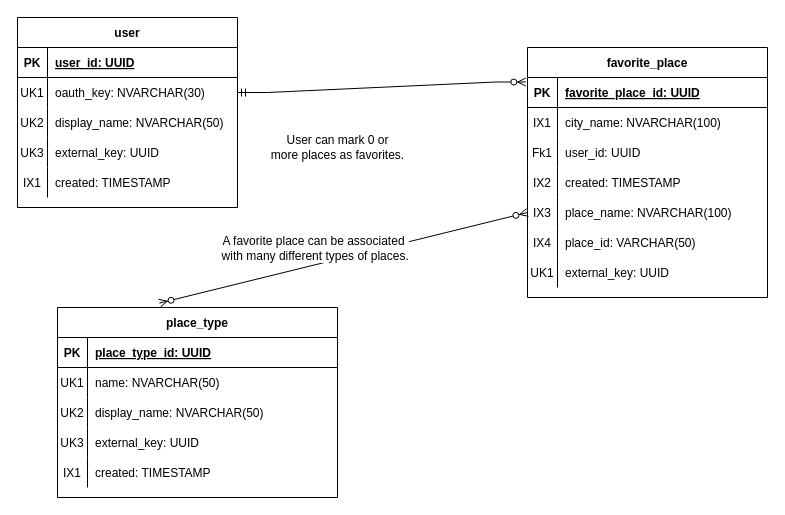
Earlier version of the draw.io diagram docs/work/erd.drawio (northern-nm-highlights/northern-nm-highlights.github.io). Source tidied: cells renumbered, new cells numbered last; positions are measured from the earlier drawing's top-left corner, leaving out a move shared by most shapes. Both pictures are drawn from the tidied source at 100%, with x=0, y=0 at pixel (17, 17).
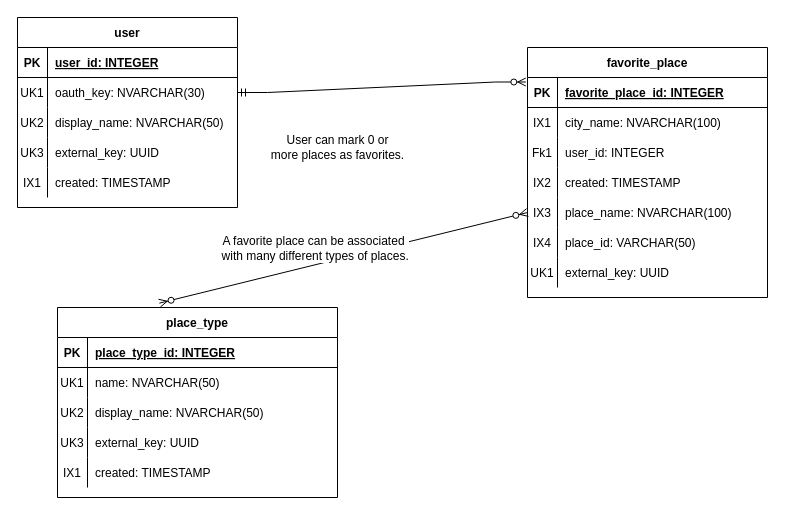
The same page after the edit.

Unchanged cells that the change refers to:
```xml
<mxCell id="3" style="shape=partialRectangle;fillColor=none;top=0;left=0;bottom=1;right=0;" parent="2" vertex="1">
  <mxGeometry y="30" width="220" height="30" as="geometry" />
</mxCell>
<mxCell id="19" style="shape=partialRectangle;fillColor=none;top=0;left=0;bottom=1;right=0;" parent="18" vertex="1">
  <mxGeometry y="30" width="240" height="30" as="geometry" />
</mxCell>
<mxCell id="25" style="shape=partialRectangle;fillColor=none;top=0;left=0;bottom=0;right=0;" parent="18" vertex="1">
  <mxGeometry y="90" width="240" height="30" as="geometry" />
</mxCell>
<mxCell id="42" style="shape=partialRectangle;fillColor=none;top=0;left=0;bottom=1;right=0;" parent="41" vertex="1">
  <mxGeometry y="30" width="280" height="30" as="geometry" />
</mxCell>
```

The edit, as a diff of the source:
```diff
@@
-    <mxCell id="5" value="user_id: UUID" style="shape=partialRectangle;fillColor=none;top=0;left=0;bottom=0;right=0;align=left;spacingLeft=6;fontStyle=5;overflow=hidden;" parent="3" vertex="1">
+    <mxCell id="5" value="user_id: INTEGER" style="shape=partialRectangle;fillColor=none;top=0;left=0;bottom=0;right=0;align=left;spacingLeft=6;fontStyle=5;overflow=hidden;" parent="3" vertex="1">
       <mxGeometry x="30" width="190" height="30" as="geometry" />
     </mxCell>
@@
-    <mxCell id="21" value="favorite_place_id: UUID" style="shape=partialRectangle;fillColor=none;top=0;left=0;bottom=0;right=0;align=left;spacingLeft=6;fontStyle=5;overflow=hidden;" parent="19" vertex="1">
+    <mxCell id="21" value="favorite_place_id: INTEGER" style="shape=partialRectangle;fillColor=none;top=0;left=0;bottom=0;right=0;align=left;spacingLeft=6;fontStyle=5;overflow=hidden;" parent="19" vertex="1">
       <mxGeometry x="30" width="210" height="30" as="geometry" />
     </mxCell>
@@
-    <mxCell id="27" value="user_id: UUID" style="shape=partialRectangle;fillColor=none;top=0;left=0;bottom=0;right=0;align=left;spacingLeft=6;overflow=hidden;" parent="25" vertex="1">
+    <mxCell id="27" value="user_id: INTEGER" style="shape=partialRectangle;fillColor=none;top=0;left=0;bottom=0;right=0;align=left;spacingLeft=6;overflow=hidden;" parent="25" vertex="1">
       <mxGeometry x="30" width="210" height="30" as="geometry" />
     </mxCell>
@@
-    <mxCell id="44" value="place_type_id: UUID" style="shape=partialRectangle;fillColor=none;top=0;left=0;bottom=0;right=0;align=left;spacingLeft=6;fontStyle=5;overflow=hidden;" parent="42" vertex="1">
+    <mxCell id="44" value="place_type_id: INTEGER" style="shape=partialRectangle;fillColor=none;top=0;left=0;bottom=0;right=0;align=left;spacingLeft=6;fontStyle=5;overflow=hidden;" parent="42" vertex="1">
       <mxGeometry x="30" width="250" height="30" as="geometry" />
     </mxCell>
```
